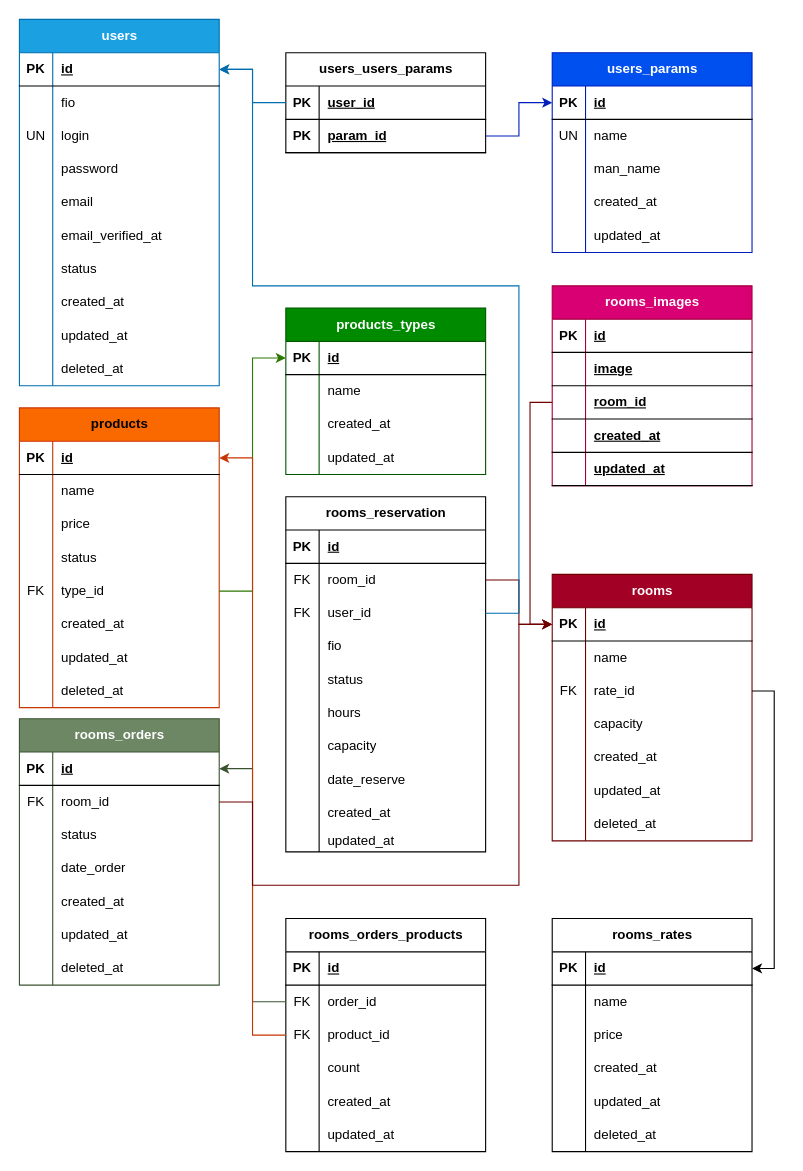
Above: page "Логическая" (2 of 3) of public/documents/time_cafe.drawio in MrCrross/timecafe (draw.io), before the change. Source tidied: cells renumbered, new cells numbered last; positions are measured from the earlier drawing's top-left corner, leaving out a move shared by most shapes. Both pictures are drawn from the tidied source at 111%, with x=0, y=0 at pixel (19, 19).
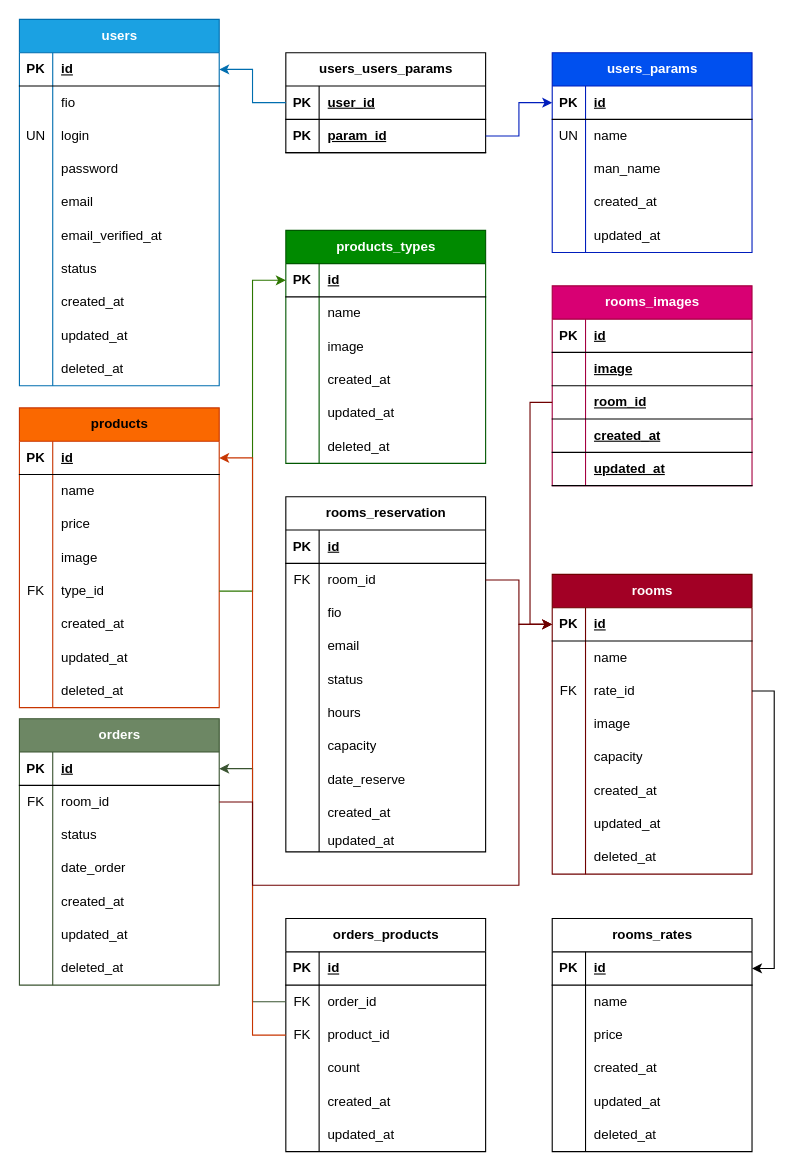
Above is the later version.

The change refers to these unchanged cells:
```xml
<mxCell id="3" style="shape=tableRow;horizontal=0;startSize=0;swimlaneHead=0;swimlaneBody=0;fillColor=none;points=[[0,0.5],[1,0.5]];portConstraint=eastwest;top=0;left=0;right=0;bottom=1;" parent="2" vertex="1">
  <mxGeometry y="30" width="180" height="30" as="geometry" />
</mxCell>
<mxCell id="66" style="shape=tableRow;horizontal=0;startSize=0;swimlaneHead=0;swimlaneBody=0;fillColor=none;top=0;left=0;right=0;bottom=0;" parent="56" vertex="1">
  <mxGeometry y="120" width="180" height="30" as="geometry" />
</mxCell>
<mxCell id="116" value="rooms_reservation" style="shape=table;startSize=30;childLayout=tableLayout;rowLines=0;fontStyle=1;align=center;html=1;" parent="1" vertex="1">
  <mxGeometry x="240" y="430" width="180" height="320" as="geometry" />
</mxCell>
<mxCell id="126" style="shape=tableRow;horizontal=0;startSize=0;swimlaneHead=0;swimlaneBody=0;fillColor=none;top=0;left=0;right=0;bottom=0;" parent="116" vertex="1">
  <mxGeometry y="120" width="180" height="30" as="geometry" />
</mxCell>
```

The edit, as a diff of the source:
```diff
@@
-    <mxCell id="68" value="status" style="shape=partialRectangle;fillColor=none;top=0;left=0;bottom=0;right=0;align=left;spacingLeft=6;overflow=hidden;whiteSpace=wrap;html=1;" parent="66" vertex="1">
+    <mxCell id="68" value="image" style="shape=partialRectangle;fillColor=none;top=0;left=0;bottom=0;right=0;align=left;spacingLeft=6;overflow=hidden;whiteSpace=wrap;html=1;" parent="66" vertex="1">
       <mxGeometry x="30" width="150" height="30" as="geometry" />
     </mxCell>
@@
     <mxCell id="81" value="products_types" style="shape=table;startSize=30;childLayout=tableLayout;rowLines=0;fontStyle=1;align=center;html=1;fillColor=#008a00;fontColor=#ffffff;strokeColor=#005700;" parent="1" vertex="1">
-      <mxGeometry x="240" y="260" width="180" height="150" as="geometry" />
+      <mxGeometry x="240" y="190" width="180" height="210" as="geometry" />
     </mxCell>
@@
+    <mxCell id="233" style="shape=tableRow;horizontal=0;startSize=0;swimlaneHead=0;swimlaneBody=0;fillColor=none;top=0;left=0;right=0;bottom=0;" parent="81" vertex="1">
+      <mxGeometry y="90" width="180" height="30" as="geometry" />
+    </mxCell>
+    <mxCell id="234" style="shape=partialRectangle;fillColor=none;top=0;left=0;bottom=0;right=0;overflow=hidden;whiteSpace=wrap;html=1;" parent="233" vertex="1">
+      <mxGeometry width="30" height="30" as="geometry" />
+    </mxCell>
+    <mxCell id="235" value="image" style="shape=partialRectangle;fillColor=none;top=0;left=0;bottom=0;right=0;align=left;spacingLeft=6;overflow=hidden;whiteSpace=wrap;html=1;" parent="233" vertex="1">
+      <mxGeometry x="30" width="150" height="30" as="geometry" />
+    </mxCell>
     <mxCell id="88" style="shape=tableRow;horizontal=0;startSize=0;swimlaneHead=0;swimlaneBody=0;fillColor=none;top=0;left=0;right=0;bottom=0;" parent="81" vertex="1">
-      <mxGeometry y="90" width="180" height="30" as="geometry" />
+      <mxGeometry y="120" width="180" height="30" as="geometry" />
     </mxCell>
@@
     <mxCell id="91" style="shape=tableRow;horizontal=0;startSize=0;swimlaneHead=0;swimlaneBody=0;fillColor=none;top=0;left=0;right=0;bottom=0;" parent="81" vertex="1">
-      <mxGeometry y="120" width="180" height="30" as="geometry" />
+      <mxGeometry y="150" width="180" height="30" as="geometry" />
     </mxCell>
@@
+    <mxCell id="236" style="shape=tableRow;horizontal=0;startSize=0;swimlaneHead=0;swimlaneBody=0;fillColor=none;top=0;left=0;right=0;bottom=0;" parent="81" vertex="1">
+      <mxGeometry y="180" width="180" height="30" as="geometry" />
+    </mxCell>
+    <mxCell id="237" style="shape=partialRectangle;fillColor=none;top=0;left=0;bottom=0;right=0;overflow=hidden;whiteSpace=wrap;html=1;" parent="236" vertex="1">
+      <mxGeometry width="30" height="30" as="geometry" />
+    </mxCell>
+    <mxCell id="238" value="deleted_at" style="shape=partialRectangle;fillColor=none;top=0;left=0;bottom=0;right=0;align=left;spacingLeft=6;overflow=hidden;whiteSpace=wrap;html=1;" parent="236" vertex="1">
+      <mxGeometry x="30" width="150" height="30" as="geometry" />
+    </mxCell>
-    <mxCell id="94" value="rooms_orders" style="shape=table;startSize=30;childLayout=tableLayout;rowLines=0;fontStyle=1;align=center;html=1;fillColor=#6d8764;fontColor=#ffffff;strokeColor=#3A5431;" parent="1" vertex="1">
+    <mxCell id="94" value="orders" style="shape=table;startSize=30;childLayout=tableLayout;rowLines=0;fontStyle=1;align=center;html=1;fillColor=#6d8764;fontColor=#ffffff;strokeColor=#3A5431;" parent="1" vertex="1">
       <mxGeometry y="630" width="180" height="240" as="geometry" />
     </mxCell>
@@
-    <mxCell id="123" style="shape=tableRow;horizontal=0;startSize=0;swimlaneHead=0;swimlaneBody=0;fillColor=none;points=[[0,0.5],[1,0.5]];portConstraint=eastwest;top=0;left=0;right=0;bottom=0;" parent="116" vertex="1">
-      <mxGeometry y="90" width="180" height="30" as="geometry" />
-    </mxCell>
-    <mxCell id="124" value="FK" style="shape=partialRectangle;fillColor=none;top=0;left=0;bottom=0;right=0;overflow=hidden;whiteSpace=wrap;html=1;" parent="123" vertex="1">
-      <mxGeometry width="30" height="30" as="geometry" />
-    </mxCell>
-    <mxCell id="125" value="user_id" style="shape=partialRectangle;fillColor=none;top=0;left=0;bottom=0;right=0;align=left;spacingLeft=6;overflow=hidden;whiteSpace=wrap;html=1;" parent="123" vertex="1">
-      <mxGeometry x="30" width="150" height="30" as="geometry" />
-    </mxCell>
+    <mxCell id="239" style="shape=tableRow;horizontal=0;startSize=0;swimlaneHead=0;swimlaneBody=0;fillColor=none;top=0;left=0;right=0;bottom=0;" parent="116" vertex="1">
+      <mxGeometry y="90" width="180" height="30" as="geometry" />
+    </mxCell>
+    <mxCell id="240" style="shape=partialRectangle;fillColor=none;top=0;left=0;bottom=0;right=0;overflow=hidden;whiteSpace=wrap;html=1;" parent="239" vertex="1">
+      <mxGeometry width="30" height="30" as="geometry" />
+    </mxCell>
+    <mxCell id="241" value="fio" style="shape=partialRectangle;fillColor=none;top=0;left=0;bottom=0;right=0;align=left;spacingLeft=6;overflow=hidden;whiteSpace=wrap;html=1;" parent="239" vertex="1">
+      <mxGeometry x="30" width="150" height="30" as="geometry" />
+    </mxCell>
@@
-    <mxCell id="128" value="fio" style="shape=partialRectangle;fillColor=none;top=0;left=0;bottom=0;right=0;align=left;spacingLeft=6;overflow=hidden;whiteSpace=wrap;html=1;" parent="126" vertex="1">
+    <mxCell id="128" value="email" style="shape=partialRectangle;fillColor=none;top=0;left=0;bottom=0;right=0;align=left;spacingLeft=6;overflow=hidden;whiteSpace=wrap;html=1;" parent="126" vertex="1">
       <mxGeometry x="30" width="150" height="30" as="geometry" />
     </mxCell>
@@
     <mxCell id="147" value="rooms" style="shape=table;startSize=30;childLayout=tableLayout;rowLines=0;fontStyle=1;align=center;html=1;fillColor=#a20025;fontColor=#ffffff;strokeColor=#6F0000;" parent="1" vertex="1">
-      <mxGeometry x="480" y="500" width="180" height="240" as="geometry" />
+      <mxGeometry x="480" y="500" width="180" height="270" as="geometry" />
     </mxCell>
@@
+    <mxCell id="242" style="shape=tableRow;horizontal=0;startSize=0;swimlaneHead=0;swimlaneBody=0;fillColor=none;top=0;left=0;right=0;bottom=0;" parent="147" vertex="1">
+      <mxGeometry y="120" width="180" height="30" as="geometry" />
+    </mxCell>
+    <mxCell id="243" style="shape=partialRectangle;fillColor=none;top=0;left=0;bottom=0;right=0;overflow=hidden;whiteSpace=wrap;html=1;" parent="242" vertex="1">
+      <mxGeometry width="30" height="30" as="geometry" />
+    </mxCell>
+    <mxCell id="244" value="image" style="shape=partialRectangle;fillColor=none;top=0;left=0;bottom=0;right=0;align=left;spacingLeft=6;overflow=hidden;whiteSpace=wrap;html=1;" parent="242" vertex="1">
+      <mxGeometry x="30" width="150" height="30" as="geometry" />
+    </mxCell>
     <mxCell id="157" style="shape=tableRow;horizontal=0;startSize=0;swimlaneHead=0;swimlaneBody=0;fillColor=none;top=0;left=0;right=0;bottom=0;" parent="147" vertex="1">
-      <mxGeometry y="120" width="180" height="30" as="geometry" />
+      <mxGeometry y="150" width="180" height="30" as="geometry" />
     </mxCell>
@@
     <mxCell id="160" style="shape=tableRow;horizontal=0;startSize=0;swimlaneHead=0;swimlaneBody=0;fillColor=none;top=0;left=0;right=0;bottom=0;" parent="147" vertex="1">
-      <mxGeometry y="150" width="180" height="30" as="geometry" />
+      <mxGeometry y="180" width="180" height="30" as="geometry" />
     </mxCell>
@@
     <mxCell id="163" style="shape=tableRow;horizontal=0;startSize=0;swimlaneHead=0;swimlaneBody=0;fillColor=none;top=0;left=0;right=0;bottom=0;" parent="147" vertex="1">
-      <mxGeometry y="180" width="180" height="30" as="geometry" />
+      <mxGeometry y="210" width="180" height="30" as="geometry" />
     </mxCell>
@@
     <mxCell id="166" style="shape=tableRow;horizontal=0;startSize=0;swimlaneHead=0;swimlaneBody=0;fillColor=none;top=0;left=0;right=0;bottom=0;" parent="147" vertex="1">
-      <mxGeometry y="210" width="180" height="30" as="geometry" />
+      <mxGeometry y="240" width="180" height="30" as="geometry" />
     </mxCell>
@@
-    <mxCell id="169" value="rooms_orders_products" style="shape=table;startSize=30;childLayout=tableLayout;rowLines=0;fontStyle=1;align=center;html=1;" parent="1" vertex="1">
+    <mxCell id="169" value="orders_products" style="shape=table;startSize=30;childLayout=tableLayout;rowLines=0;fontStyle=1;align=center;html=1;" parent="1" vertex="1">
       <mxGeometry x="240" y="810" width="180" height="210" as="geometry" />
     </mxCell>
@@
-    <mxCell id="194" style="edgeStyle=orthogonalEdgeStyle;rounded=0;jettySize=auto;html=1;entryX=1;entryY=0.5;entryDx=0;entryDy=0;fillColor=#1ba1e2;strokeColor=#006EAF;" parent="1" edge="1" source="123" target="3">
-      <mxGeometry relative="1" as="geometry">
-        <Array as="points">
-          <mxPoint x="450" y="535" />
-          <mxPoint x="450" y="240" />
-          <mxPoint x="210" y="240" />
-          <mxPoint x="210" y="45" />
-        </Array>
-      </mxGeometry>
-    </mxCell>
```
